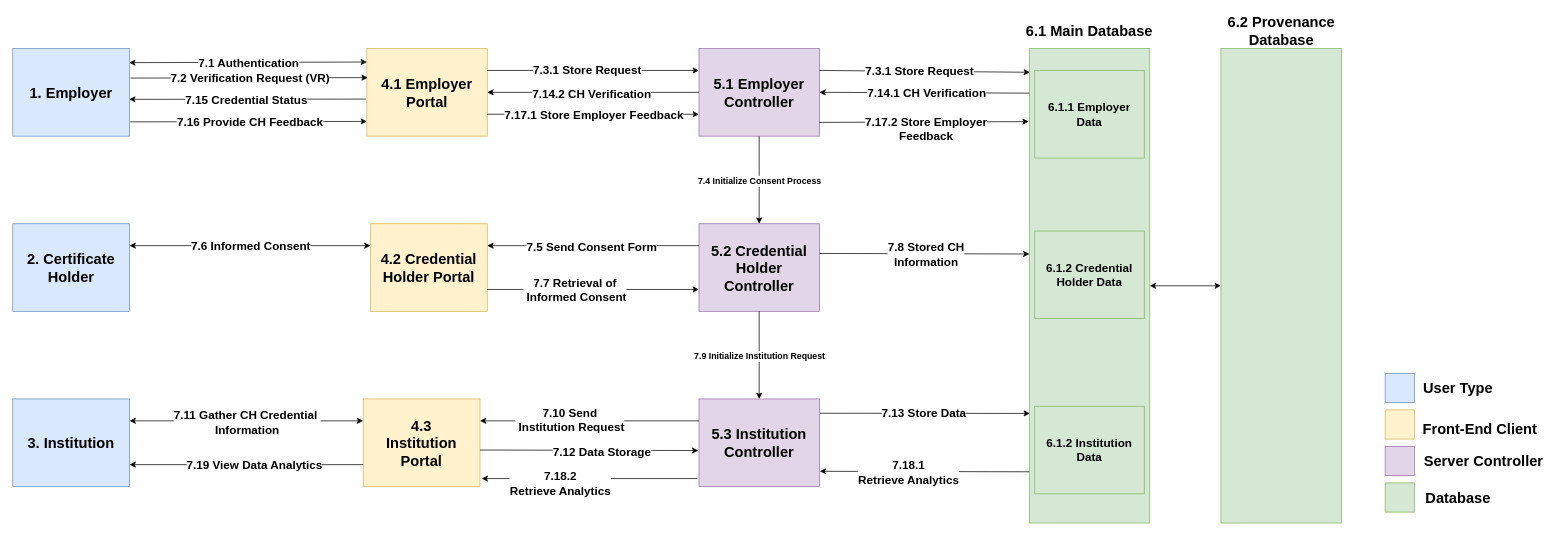
This is NewPearDFD2.drawio from tkalp/AuthenticatorApp, a draw.io file, before an edit. Source tidied: cells renumbered, new cells numbered last; positions are measured from the earlier drawing's top-left corner, leaving out a move shared by most shapes. Both pictures are drawn from the tidied source at 73%, with x=0, y=0 at pixel (12, 19).
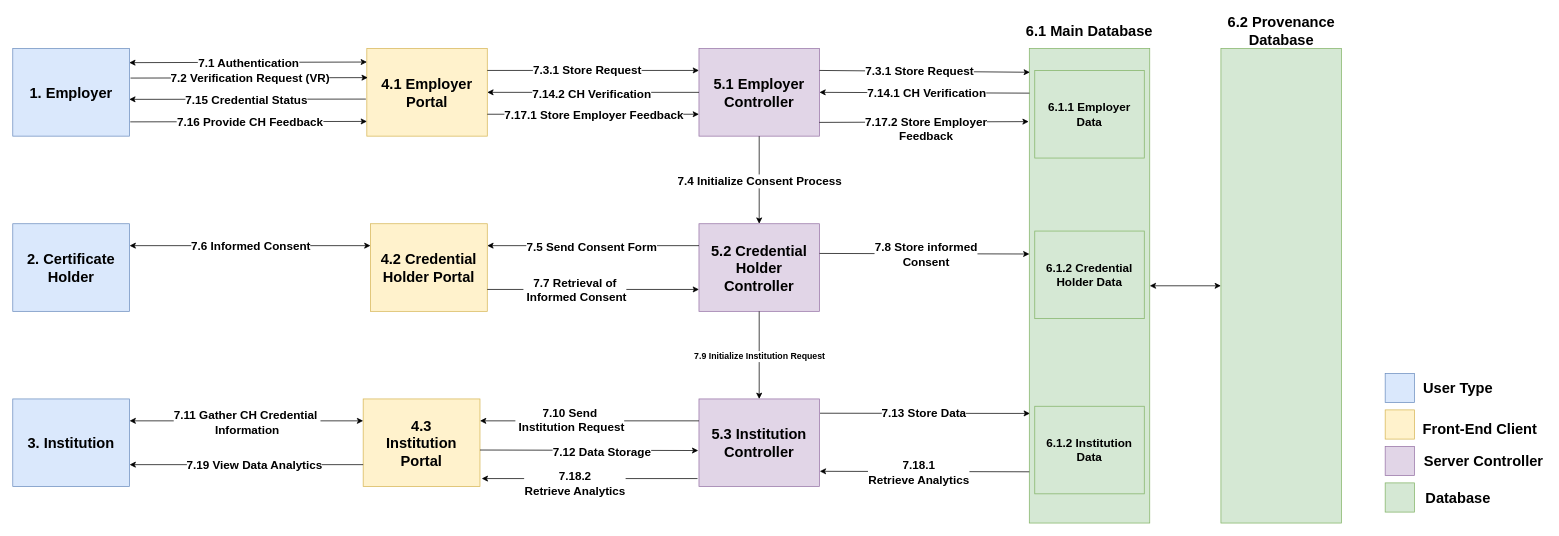
Above is the later version.

Unchanged cells that the change refers to:
```xml
<mxCell id="27" style="endArrow=classic;html=1;rounded=0;fontSize=12;entryX=0.5;entryY=0;entryDx=0;entryDy=0;exitX=0.5;exitY=1;exitDx=0;exitDy=0;" parent="1" edge="1" source="14" target="26">
  <mxGeometry relative="1" as="geometry" />
</mxCell>
<mxCell id="37" style="endArrow=classic;html=1;rounded=0;fontSize=12;exitX=1.001;exitY=0.339;exitDx=0;exitDy=0;exitPerimeter=0;entryX=0.001;entryY=0.433;entryDx=0;entryDy=0;entryPerimeter=0;" parent="1" edge="1" source="26" target="20">
  <mxGeometry relative="1" as="geometry" />
</mxCell>
<mxCell id="57" style="endArrow=classic;html=1;rounded=0;fontSize=11;entryX=1.003;entryY=0.826;entryDx=0;entryDy=0;exitX=0;exitY=0.892;exitDx=0;exitDy=0;exitPerimeter=0;entryPerimeter=0;" parent="1" edge="1" source="20" target="39">
  <mxGeometry relative="1" as="geometry" />
</mxCell>
<mxCell id="59" style="endArrow=classic;html=1;rounded=0;fontSize=11;exitX=-0.012;exitY=0.909;exitDx=0;exitDy=0;exitPerimeter=0;entryX=1.015;entryY=0.909;entryDx=0;entryDy=0;entryPerimeter=0;" parent="1" edge="1" source="39" target="41">
  <mxGeometry relative="1" as="geometry" />
</mxCell>
```

Diff of the diagram source:
```diff
@@
-    <mxCell id="28" value="&lt;b style=&quot;font-size: 12px;&quot;&gt;7.4 Initialize Consent Process&lt;/b&gt;" style="edgeLabel;html=1;align=center;verticalAlign=middle;fontSize=12;" parent="27" vertex="1">
+    <mxCell id="28" value="&lt;b&gt;&lt;font style=&quot;font-size: 16px&quot;&gt;7.4 Initialize Consent Process&lt;/font&gt;&lt;/b&gt;" style="edgeLabel;html=1;align=center;verticalAlign=middle;fontSize=12;" parent="27" vertex="1">
       <mxGeometry x="0.01" relative="1" as="geometry" />
     </mxCell>
@@
-    <mxCell id="38" value="&lt;b style=&quot;font-size: 16px;&quot;&gt;7.8 Stored CH &lt;br style=&quot;font-size: 16px;&quot;&gt;Information&lt;br style=&quot;font-size: 16px;&quot;&gt;&lt;/b&gt;" style="edgeLabel;html=1;align=center;verticalAlign=middle;fontSize=16;" parent="37" vertex="1">
+    <mxCell id="38" value="&lt;b style=&quot;font-size: 16px&quot;&gt;7.8 Store informed &lt;br&gt;Consent&lt;br style=&quot;font-size: 16px&quot;&gt;&lt;/b&gt;" style="edgeLabel;html=1;align=center;verticalAlign=middle;fontSize=16;" parent="37" vertex="1">
       <mxGeometry x="0.01" relative="1" as="geometry" />
     </mxCell>
@@
     <mxCell id="58" value="&lt;b style=&quot;font-size: 16px&quot;&gt;7.18.1&lt;br style=&quot;font-size: 16px&quot;&gt;Retrieve Analytics&lt;/b&gt;" style="edgeLabel;html=1;align=center;verticalAlign=middle;fontSize=16;" parent="57" vertex="1">
       <mxGeometry x="0.59" relative="1" as="geometry">
-        <mxPoint x="62" y="1" as="offset" />
+        <mxPoint x="76" y="1" as="offset" />
       </mxGeometry>
     </mxCell>
@@
     <mxCell id="60" value="&lt;b style=&quot;font-size: 16px&quot;&gt;7.18.2&lt;br style=&quot;font-size: 16px&quot;&gt;Retrieve Analytics&lt;/b&gt;" style="edgeLabel;html=1;align=center;verticalAlign=middle;fontSize=16;" parent="59" vertex="1">
       <mxGeometry x="0.59" relative="1" as="geometry">
-        <mxPoint x="46" y="6" as="offset" />
+        <mxPoint x="66" y="6" as="offset" />
       </mxGeometry>
     </mxCell>
```
